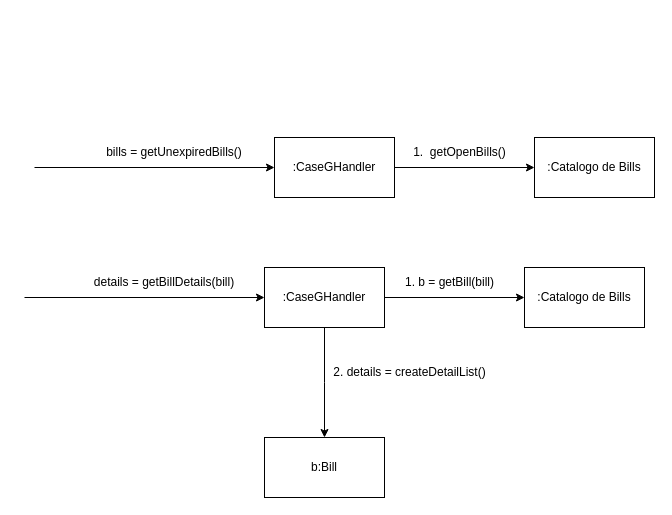
This is page "Page-4" (4 of 8) of docs/IDs.drawio from thiagottvd/democracia2, a draw.io file, before an edit. Source tidied: cells renumbered, new cells numbered last; positions are measured from the earlier drawing's top-left corner, leaving out a move shared by most shapes. Both pictures are drawn from the tidied source at 100%, with x=0, y=0 at pixel (24, 137).
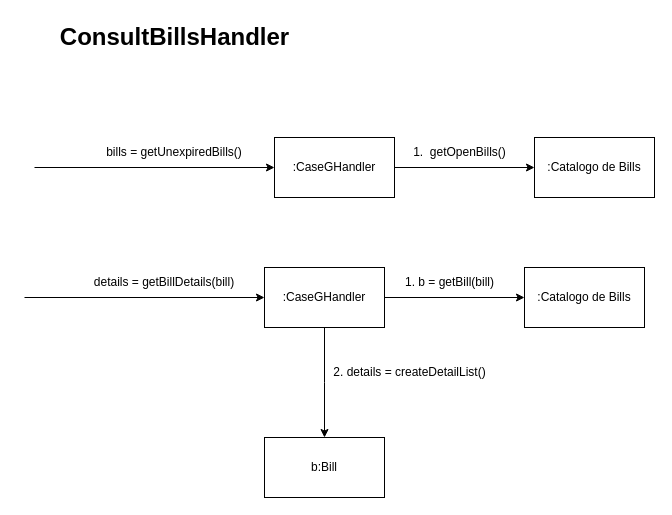
The same page after the edit.

The edit, as a diff of the source:
```diff
@@
 <mxGraphModel>
   <root>
     <mxCell id="0" />
     <mxCell id="1" parent="0" />
     <mxCell id="2" style="edgeStyle=orthogonalEdgeStyle;rounded=0;jettySize=auto;html=1;endArrow=none;endFill=0;startArrow=classic;startFill=1;" parent="1" edge="1" source="4">
       <mxGeometry relative="1" as="geometry">
         <mxPoint x="10" y="30" as="targetPoint" />
       </mxGeometry>
     </mxCell>
     <mxCell id="3" style="edgeStyle=orthogonalEdgeStyle;rounded=0;jettySize=auto;html=1;entryX=0;entryY=0.5;entryDx=0;entryDy=0;" parent="1" edge="1" source="4" target="6">
       <mxGeometry relative="1" as="geometry" />
     </mxCell>
     <mxCell id="4" value=":CaseGHandler" style="rounded=0;whiteSpace=wrap;html=1;" parent="1" vertex="1">
       <mxGeometry x="250" width="120" height="60" as="geometry" />
     </mxCell>
     <mxCell id="5" value="bills = getUnexpiredBills()" style="text;html=1;strokeColor=none;fillColor=none;align=center;verticalAlign=middle;whiteSpace=wrap;rounded=0;" parent="1" vertex="1">
       <mxGeometry x="50" width="200" height="30" as="geometry" />
     </mxCell>
     <mxCell id="6" value=":Catalogo de Bills" style="whiteSpace=wrap;html=1;" parent="1" vertex="1">
       <mxGeometry x="510" width="120" height="60" as="geometry" />
     </mxCell>
     <mxCell id="7" value="1.&amp;nbsp; getOpenBills()" style="text;html=1;align=center;verticalAlign=middle;strokeColor=none;fillColor=none;" parent="1" vertex="1">
       <mxGeometry x="375" width="120" height="30" as="geometry" />
     </mxCell>
     <mxCell id="8" style="edgeStyle=orthogonalEdgeStyle;rounded=0;jettySize=auto;html=1;endArrow=none;endFill=0;startArrow=classic;startFill=1;" parent="1" edge="1" source="11">
       <mxGeometry relative="1" as="geometry">
         <mxPoint y="160" as="targetPoint" />
       </mxGeometry>
     </mxCell>
     <mxCell id="9" style="edgeStyle=orthogonalEdgeStyle;rounded=0;jettySize=auto;html=1;entryX=0;entryY=0.5;entryDx=0;entryDy=0;" parent="1" edge="1" source="11" target="13">
       <mxGeometry relative="1" as="geometry" />
     </mxCell>
     <mxCell id="10" style="edgeStyle=orthogonalEdgeStyle;rounded=0;jettySize=auto;html=1;" parent="1" edge="1" source="11">
       <mxGeometry relative="1" as="geometry">
         <mxPoint x="300" y="300" as="targetPoint" />
       </mxGeometry>
     </mxCell>
     <mxCell id="11" value=":CaseGHandler" style="rounded=0;whiteSpace=wrap;html=1;" parent="1" vertex="1">
       <mxGeometry x="240" y="130" width="120" height="60" as="geometry" />
     </mxCell>
     <mxCell id="12" value="details = getBillDetails(bill)" style="text;html=1;strokeColor=none;fillColor=none;align=center;verticalAlign=middle;whiteSpace=wrap;rounded=0;" parent="1" vertex="1">
       <mxGeometry x="40" y="130" width="200" height="30" as="geometry" />
     </mxCell>
     <mxCell id="13" value=":Catalogo de Bills" style="whiteSpace=wrap;html=1;" parent="1" vertex="1">
       <mxGeometry x="500" y="130" width="120" height="60" as="geometry" />
     </mxCell>
     <mxCell id="14" value="1. b = getBill(bill)" style="text;html=1;align=center;verticalAlign=middle;strokeColor=none;fillColor=none;" parent="1" vertex="1">
       <mxGeometry x="370" y="130" width="110" height="30" as="geometry" />
     </mxCell>
     <mxCell id="15" value="2. details = createDetailList()" style="text;html=1;align=center;verticalAlign=middle;strokeColor=none;fillColor=none;" parent="1" vertex="1">
       <mxGeometry x="295" y="220" width="180" height="30" as="geometry" />
     </mxCell>
     <mxCell id="16" value="b:Bill" style="whiteSpace=wrap;html=1;" parent="1" vertex="1">
       <mxGeometry x="240" y="300" width="120" height="60" as="geometry" />
     </mxCell>
+    <mxCell id="17" value="&lt;font style=&quot;font-size: 24px;&quot;&gt;&lt;b&gt;ConsultBillsHandler&lt;/b&gt;&lt;/font&gt;" style="text;html=1;align=center;verticalAlign=middle;strokeColor=none;fillColor=none;" parent="1" vertex="1">
+      <mxGeometry x="25" y="-120" width="250" height="40" as="geometry" />
+    </mxCell>
   </root>
 </mxGraphModel>
```
